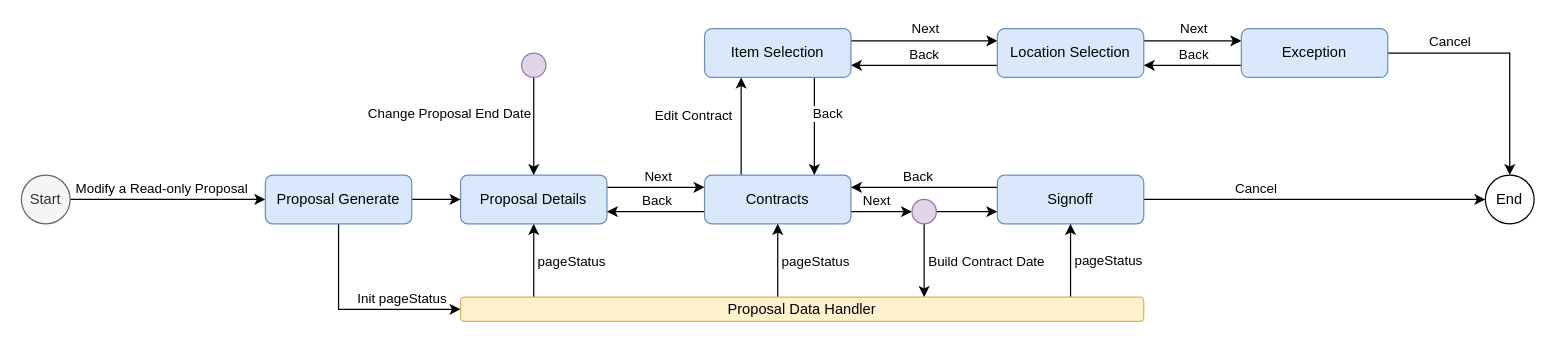
Earlier version of the draw.io diagram Readonly Proposal UI Flow Diagram.drawio (dajin-kingland/UMLdiagrams). Source tidied: cells renumbered, new cells numbered last; positions are measured from the earlier drawing's top-left corner, leaving out a move shared by most shapes. Both pictures are drawn from the tidied source at 122%, with x=0, y=0 at pixel (21, 28).
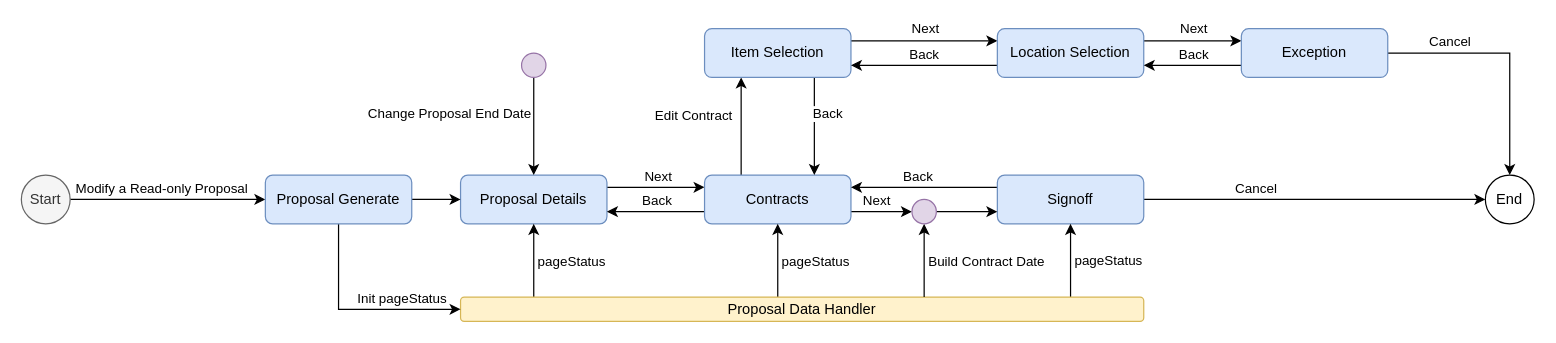
The same page after the edit.

The change refers to these unchanged cells:
```xml
<mxCell id="42" value="Proposal Data Handler" style="rounded=1;whiteSpace=wrap;html=1;fillColor=#fff2cc;strokeColor=#d6b656;" parent="1" vertex="1">
  <mxGeometry x="360" y="220" width="560" height="20" as="geometry" />
</mxCell>
<mxCell id="50" style="ellipse;whiteSpace=wrap;html=1;fillColor=#e1d5e7;strokeColor=#9673a6;" parent="1" vertex="1">
  <mxGeometry x="730" y="140" width="20" height="20" as="geometry" />
</mxCell>
```

Diff of the diagram source:
```diff
@@
-    <mxCell id="48" style="edgeStyle=orthogonalEdgeStyle;rounded=0;jettySize=auto;html=1;exitX=0.5;exitY=1;exitDx=0;exitDy=0;" parent="1" edge="1" source="50" target="42">
+    <mxCell id="48" style="edgeStyle=orthogonalEdgeStyle;rounded=0;jettySize=auto;html=1;exitX=0.5;exitY=1;exitDx=0;exitDy=0;startArrow=classic;startFill=1;endArrow=none;endFill=0;" parent="1" edge="1" source="50" target="42">
       <mxGeometry relative="1" as="geometry">
         <Array as="points">
           <mxPoint x="740" y="210" />
           <mxPoint x="740" y="210" />
         </Array>
       </mxGeometry>
     </mxCell>
```
